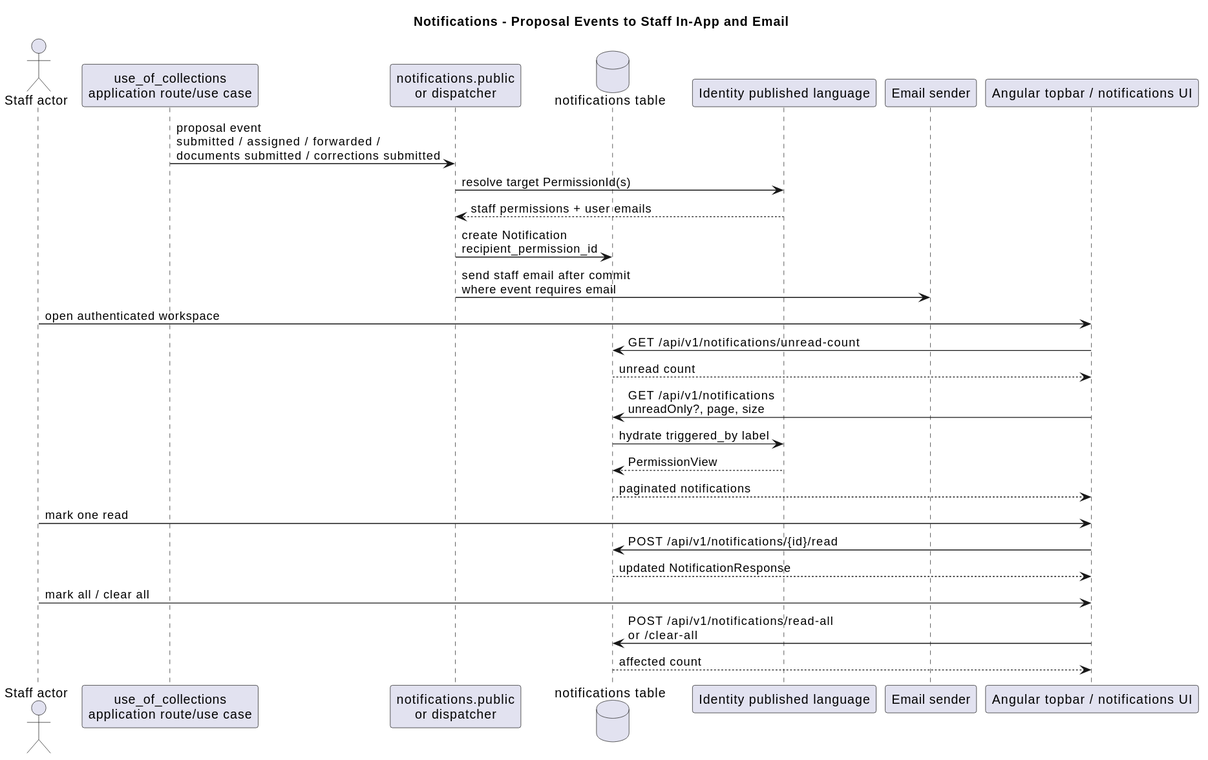
The PlantUML diagram docs/diagrams/notifications-flow.svg in marcosduchinski/vitarerum, before a commit.
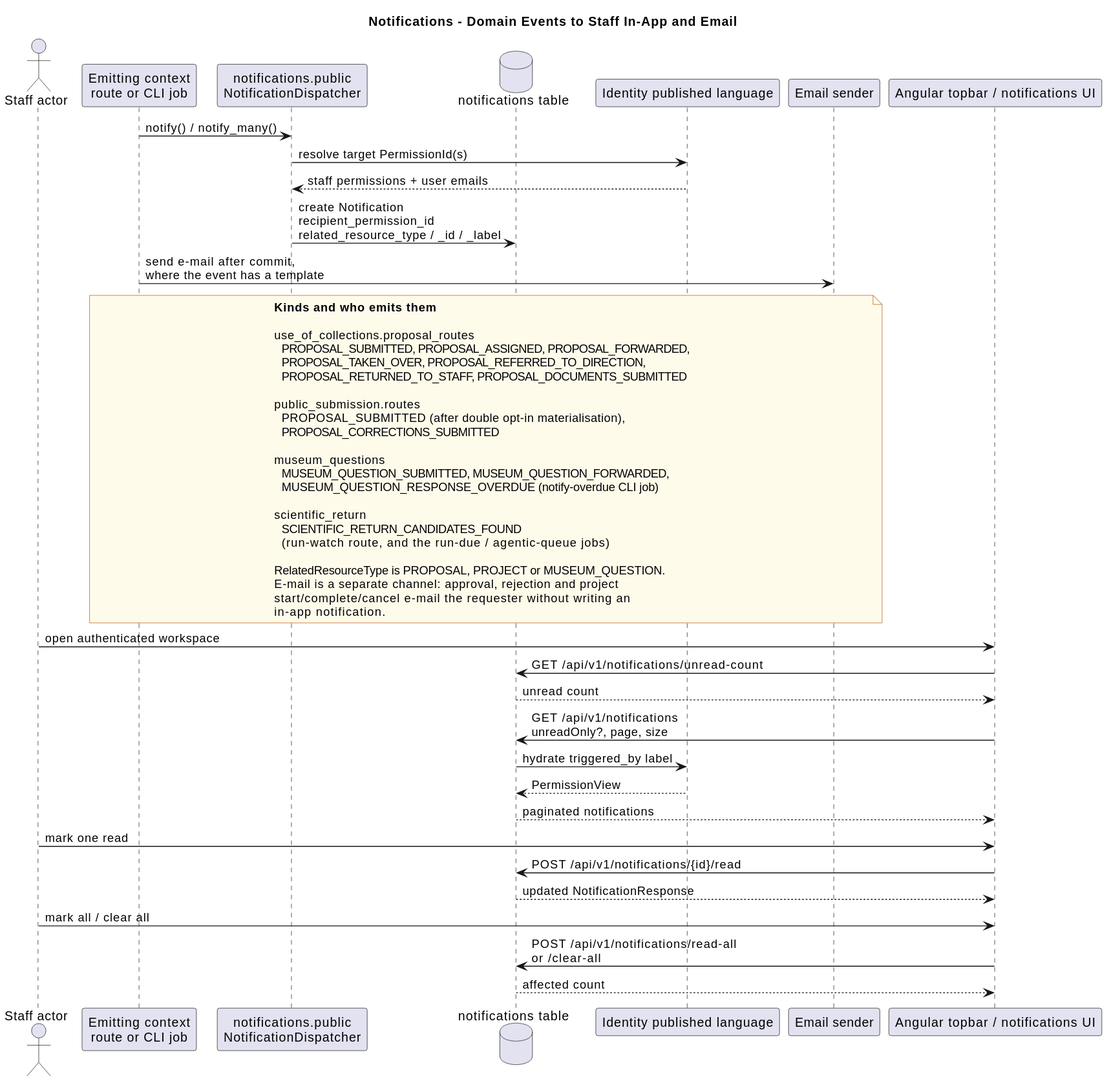
The same file after the commit.

What changed in the source:
```diff
@@ -1,21 +1,51 @@
 @startuml
-title Notifications - Proposal Events to Staff In-App and Email
+title Notifications - Domain Events to Staff In-App and Email
 
 skinparam shadowing false
+skinparam note {
+  BackgroundColor #FFFBEB
+  BorderColor #B45309
+}
 
 actor "Staff actor" as staff
-participant "use_of_collections\napplication route/use case" as uoc
-participant "notifications.public\nor dispatcher" as dispatcher
+participant "Emitting context\nroute or CLI job" as emitter
+participant "notifications.public\nNotificationDispatcher" as dispatcher
 database "notifications table" as store
 participant "Identity published language" as identity
 participant "Email sender" as email
 participant "Angular topbar / notifications UI" as ui
 
-uoc -> dispatcher : proposal event\nsubmitted / assigned / forwarded /\ndocuments submitted / corrections submitted
+emitter -> dispatcher : notify() / notify_many()
 dispatcher -> identity : resolve target PermissionId(s)
 identity --> dispatcher : staff permissions + user emails
-dispatcher -> store : create Notification\nrecipient_permission_id
-dispatcher -> email : send staff email after commit\nwhere event requires email
+dispatcher -> store : create Notification\nrecipient_permission_id\nrelated_resource_type / _id / _label
+emitter -> email : send e-mail after commit,\nwhere the event has a template
+
+note over emitter, email
+  **Kinds and who emits them**
+
+  use_of_collections.proposal_routes
+    PROPOSAL_SUBMITTED, PROPOSAL_ASSIGNED, PROPOSAL_FORWARDED,
+    PROPOSAL_TAKEN_OVER, PROPOSAL_REFERRED_TO_DIRECTION,
+    PROPOSAL_RETURNED_TO_STAFF, PROPOSAL_DOCUMENTS_SUBMITTED
+
+  public_submission.routes
+    PROPOSAL_SUBMITTED (after double opt-in materialisation),
+    PROPOSAL_CORRECTIONS_SUBMITTED
+
+  museum_questions
+    MUSEUM_QUESTION_SUBMITTED, MUSEUM_QUESTION_FORWARDED,
+    MUSEUM_QUESTION_RESPONSE_OVERDUE (notify-overdue CLI job)
+
+  scientific_return
+    SCIENTIFIC_RETURN_CANDIDATES_FOUND
+    (run-watch route, and the run-due / agentic-queue jobs)
+
+  RelatedResourceType is PROPOSAL, PROJECT or MUSEUM_QUESTION.
+  E-mail is a separate channel: approval, rejection and project
+  start/complete/cancel e-mail the requester without writing an
+  in-app notification.
+end note
 
 staff -> ui : open authenticated workspace
 ui -> store : GET /api/v1/notifications/unread-count
```
